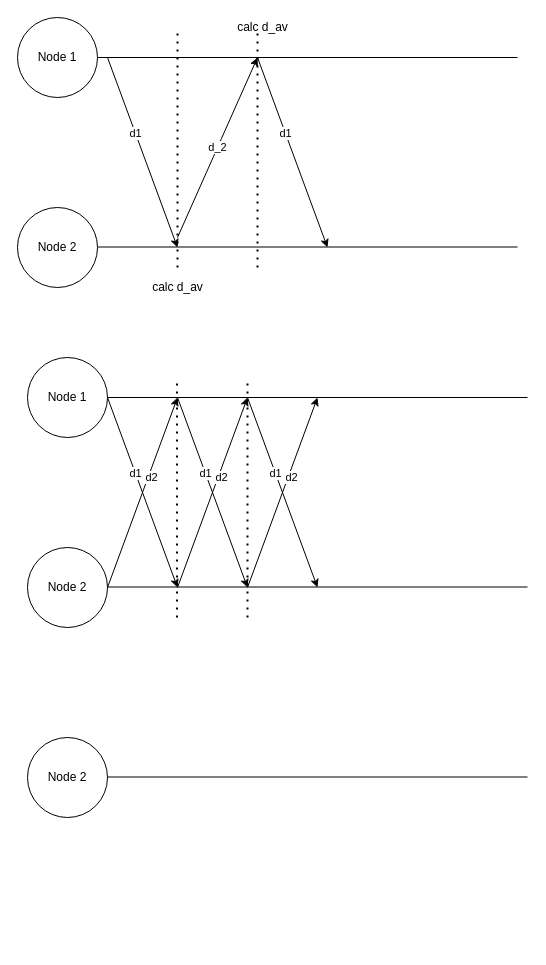
Before: comms_consusnsus.drawio in GNL10/SCDTR_project, a draw.io diagram. Source tidied: cells renumbered, new cells numbered last; positions are measured from the earlier drawing's top-left corner, leaving out a move shared by most shapes. Both pictures are drawn from the tidied source at 100%, with x=0, y=0 at pixel (17, 17).
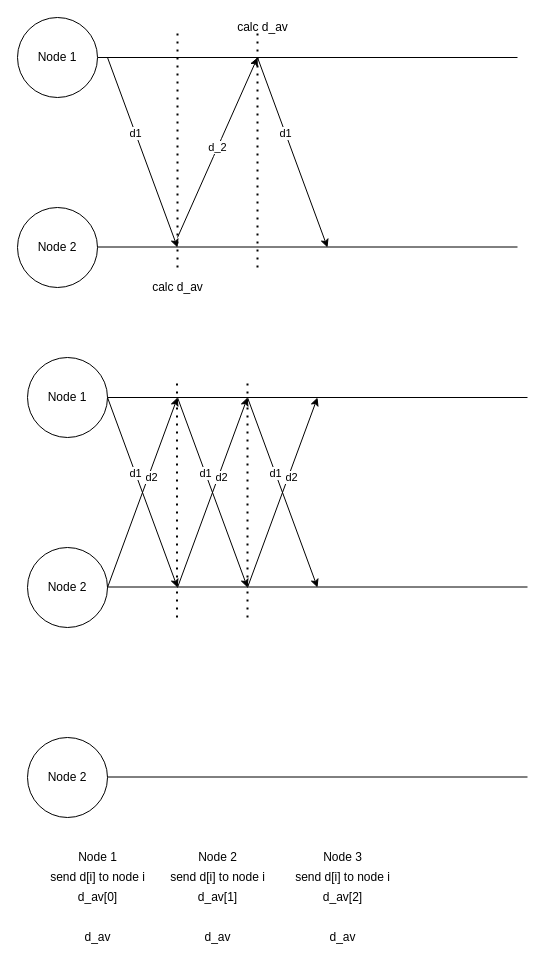
The same diagram, later.

What changed in the source:
```diff
@@
+    <mxCell id="35" value="Node 1" style="text;html=1;align=center;verticalAlign=middle;" parent="1" vertex="1">
+      <mxGeometry x="55" y="830" width="50" height="20" as="geometry" />
+    </mxCell>
+    <mxCell id="36" value="Node 2" style="text;html=1;align=center;verticalAlign=middle;" parent="1" vertex="1">
+      <mxGeometry x="175" y="830" width="50" height="20" as="geometry" />
+    </mxCell>
+    <mxCell id="37" value="Node 3" style="text;html=1;align=center;verticalAlign=middle;" parent="1" vertex="1">
+      <mxGeometry x="300" y="830" width="50" height="20" as="geometry" />
+    </mxCell>
+    <mxCell id="38" value="d_av[0]" style="text;html=1;align=center;verticalAlign=middle;" parent="1" vertex="1">
+      <mxGeometry x="55" y="870" width="50" height="20" as="geometry" />
+    </mxCell>
+    <mxCell id="39" value="d_av[1]" style="text;html=1;align=center;verticalAlign=middle;" parent="1" vertex="1">
+      <mxGeometry x="175" y="870" width="50" height="20" as="geometry" />
+    </mxCell>
+    <mxCell id="40" value="d_av[2]" style="text;html=1;align=center;verticalAlign=middle;" parent="1" vertex="1">
+      <mxGeometry x="300" y="870" width="50" height="20" as="geometry" />
+    </mxCell>
+    <mxCell id="41" value="d_av" style="text;html=1;align=center;verticalAlign=middle;" parent="1" vertex="1">
+      <mxGeometry x="60" y="910" width="40" height="20" as="geometry" />
+    </mxCell>
+    <mxCell id="42" value="send d[i] to node i" style="text;html=1;align=center;verticalAlign=middle;" parent="1" vertex="1">
+      <mxGeometry x="25" y="850" width="110" height="20" as="geometry" />
+    </mxCell>
+    <mxCell id="43" value="send d[i] to node i" style="text;html=1;align=center;verticalAlign=middle;" parent="1" vertex="1">
+      <mxGeometry x="145" y="850" width="110" height="20" as="geometry" />
+    </mxCell>
+    <mxCell id="44" value="send d[i] to node i" style="text;html=1;align=center;verticalAlign=middle;" parent="1" vertex="1">
+      <mxGeometry x="270" y="850" width="110" height="20" as="geometry" />
+    </mxCell>
+    <mxCell id="45" value="d_av" style="text;html=1;align=center;verticalAlign=middle;" parent="1" vertex="1">
+      <mxGeometry x="180" y="910" width="40" height="20" as="geometry" />
+    </mxCell>
+    <mxCell id="46" value="d_av" style="text;html=1;align=center;verticalAlign=middle;" parent="1" vertex="1">
+      <mxGeometry x="305" y="910" width="40" height="20" as="geometry" />
+    </mxCell>
```
